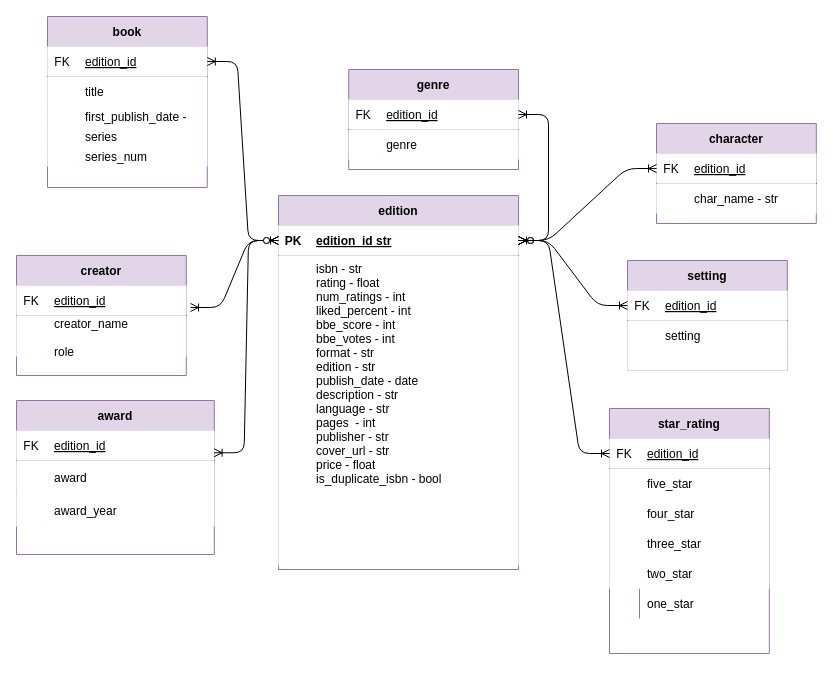
The draw.io diagram artifacts/books_db.drawio in codeslp/books_db, before the edit. Source tidied: cells renumbered, new cells numbered last; positions are measured from the earlier drawing's top-left corner, leaving out a move shared by most shapes. Both pictures are drawn from the tidied source at 100%, with x=0, y=0 at pixel (16, 16).
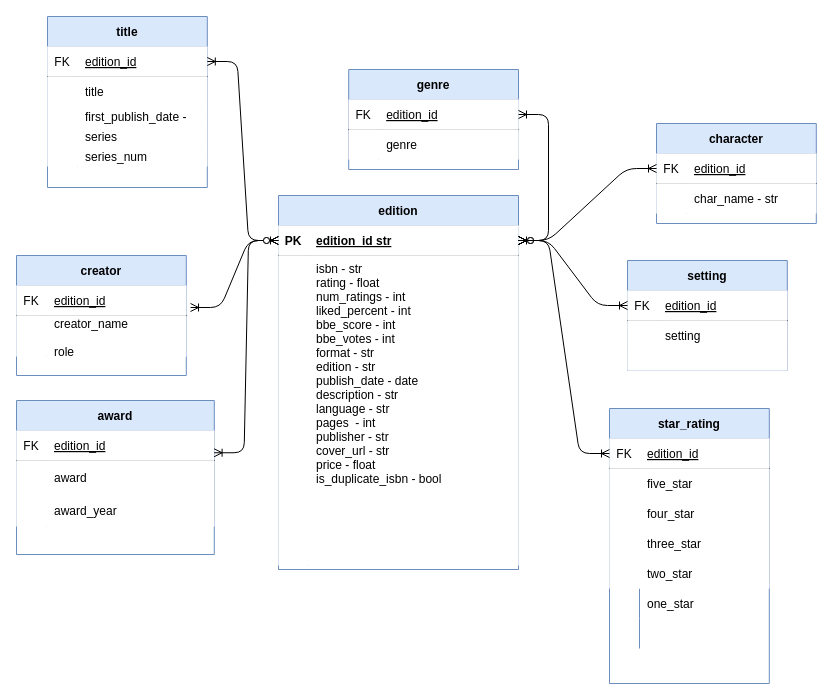
The same page after the edit.

The change refers to these unchanged cells:
```xml
<mxCell id="31" style="group;" parent="1" vertex="1">
  <mxGeometry y="384" width="197.8" height="184" as="geometry" />
</mxCell>
```

The edit, as a diff of the source:
```diff
@@
-    <mxCell id="3" value="edition" style="shape=table;startSize=30;childLayout=tableLayout;rowLines=0;fontStyle=1;align=center;fillColor=#e1d5e7;strokeColor=#9673a6;" parent="1" vertex="1">
+    <mxCell id="3" value="edition" style="shape=table;startSize=30;childLayout=tableLayout;rowLines=0;fontStyle=1;align=center;fillColor=#dae8fc;strokeColor=#6c8ebf;" parent="1" vertex="1">
       <mxGeometry x="262" y="179" width="240" height="374" as="geometry" />
     </mxCell>
@@
-    <mxCell id="10" value="creator" style="shape=table;startSize=30;childLayout=tableLayout;rowLines=0;fontStyle=1;align=center;fillColor=#e1d5e7;strokeColor=#9673a6;" parent="1" vertex="1">
+    <mxCell id="10" value="creator" style="shape=table;startSize=30;childLayout=tableLayout;rowLines=0;fontStyle=1;align=center;fillColor=#dae8fc;strokeColor=#6c8ebf;" parent="1" vertex="1">
       <mxGeometry y="239" width="169.8" height="120" as="geometry" />
     </mxCell>
@@
-    <mxCell id="17" value="genre" style="shape=table;startSize=30;childLayout=tableLayout;rowLines=0;fontStyle=1;align=center;fillColor=#e1d5e7;strokeColor=#9673a6;" parent="1" vertex="1">
+    <mxCell id="17" value="genre" style="shape=table;startSize=30;childLayout=tableLayout;rowLines=0;fontStyle=1;align=center;fillColor=#dae8fc;strokeColor=#6c8ebf;" parent="1" vertex="1">
       <mxGeometry x="332.2" y="53" width="169.8" height="100" as="geometry" />
     </mxCell>
@@
-    <mxCell id="24" value="character" style="shape=table;startSize=30;childLayout=tableLayout;rowLines=0;fontStyle=1;align=center;fillColor=#e1d5e7;strokeColor=#9673a6;" parent="1" vertex="1">
+    <mxCell id="24" value="character" style="shape=table;startSize=30;childLayout=tableLayout;rowLines=0;fontStyle=1;align=center;fillColor=#dae8fc;strokeColor=#6c8ebf;" parent="1" vertex="1">
       <mxGeometry x="640" y="107" width="159.8" height="100" as="geometry" />
     </mxCell>
@@
-    <mxCell id="32" value="award" style="shape=table;startSize=30;childLayout=tableLayout;rowLines=0;fontStyle=1;align=center;fillColor=#e1d5e7;strokeColor=#9673a6;" parent="31" vertex="1">
+    <mxCell id="32" value="award" style="shape=table;startSize=30;childLayout=tableLayout;rowLines=0;fontStyle=1;align=center;fillColor=#dae8fc;strokeColor=#6c8ebf;" parent="31" vertex="1">
       <mxGeometry width="197.8" height="154" as="geometry" />
     </mxCell>
@@
-    <mxCell id="42" value="setting" style="shape=table;startSize=30;childLayout=tableLayout;rowLines=0;fontStyle=1;align=center;fillColor=#e1d5e7;strokeColor=#9673a6;" parent="1" vertex="1">
+    <mxCell id="42" value="setting" style="shape=table;startSize=30;childLayout=tableLayout;rowLines=0;fontStyle=1;align=center;fillColor=#dae8fc;strokeColor=#6c8ebf;" parent="1" vertex="1">
       <mxGeometry x="611" y="244" width="159.8" height="110" as="geometry" />
     </mxCell>
@@
-    <mxCell id="56" value="star_rating" style="shape=table;startSize=30;childLayout=tableLayout;rowLines=0;fontStyle=1;align=center;fillColor=#e1d5e7;strokeColor=#9673a6;" parent="1" vertex="1">
-      <mxGeometry x="593" y="392" width="159.8" height="245" as="geometry" />
+    <mxCell id="56" value="star_rating" style="shape=table;startSize=30;childLayout=tableLayout;rowLines=0;fontStyle=1;align=center;fillColor=#dae8fc;strokeColor=#6c8ebf;" parent="1" vertex="1">
+      <mxGeometry x="593" y="392" width="159.8" height="275" as="geometry" />
     </mxCell>
@@
+    <mxCell id="93" style="shape=partialRectangle;fillColor=none;top=0;left=0;right=0;bottom=0;" parent="56" vertex="1">
+      <mxGeometry y="210" width="159.8" height="30" as="geometry" />
+    </mxCell>
+    <mxCell id="94" style="shape=partialRectangle;overflow=hidden;fillColor=none;top=0;left=0;bottom=0;right=0;" parent="93" vertex="1">
+      <mxGeometry width="30" height="30" as="geometry" />
+    </mxCell>
+    <mxCell id="95" style="shape=partialRectangle;overflow=hidden;fillColor=none;top=0;left=0;bottom=0;right=0;align=left;spacingLeft=6;" parent="93" vertex="1">
+      <mxGeometry x="30" width="129.8" height="30" as="geometry" />
+    </mxCell>
@@
-    <mxCell id="76" value="book" style="shape=table;startSize=30;childLayout=tableLayout;rowLines=0;fontStyle=1;align=center;fillColor=#e1d5e7;strokeColor=#9673a6;" parent="1" vertex="1">
+    <mxCell id="76" value="title" style="shape=table;startSize=30;childLayout=tableLayout;rowLines=0;fontStyle=1;align=center;fillColor=#dae8fc;strokeColor=#6c8ebf;" parent="1" vertex="1">
       <mxGeometry x="31" width="159.8" height="171" as="geometry" />
     </mxCell>
```
